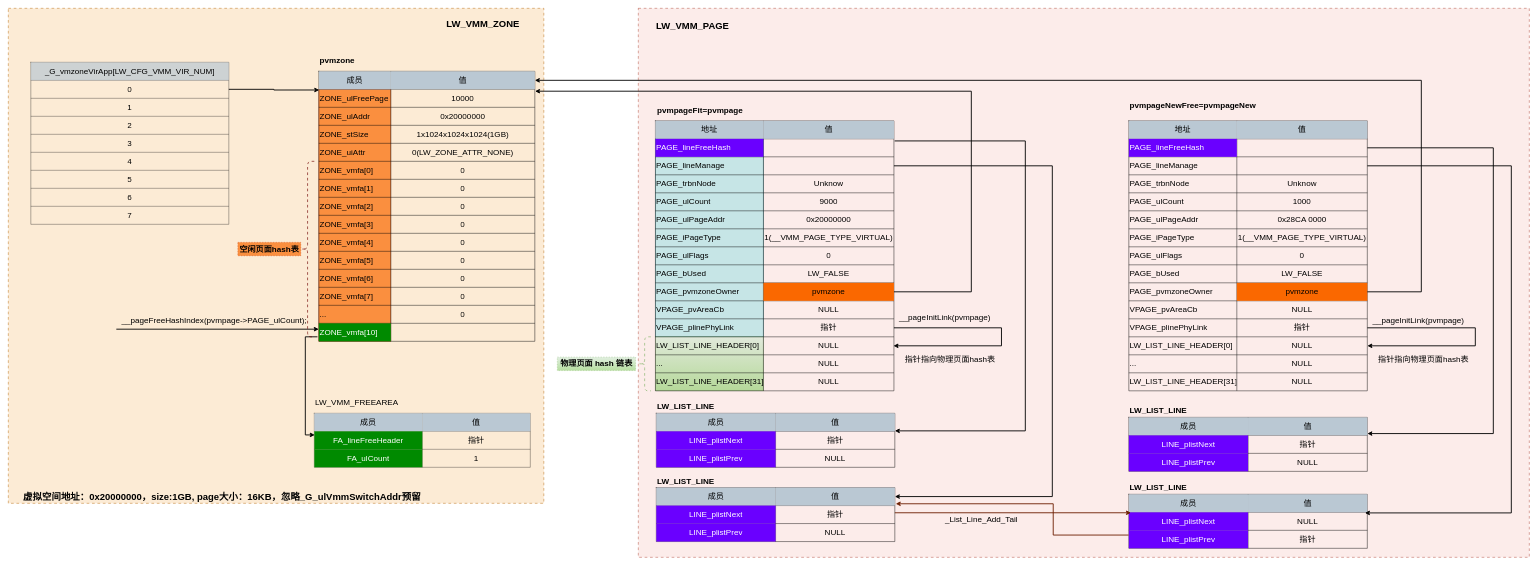
This is page "__pageStructSeparate" (24 of 24) of draw/mips中断亲和度.drawio from peng-fan/drawio, a draw.io file, before an edit. Source tidied: cells renumbered, new cells numbered last; positions are measured from the earlier drawing's top-left corner, leaving out a move shared by most shapes. Both pictures are drawn from the tidied source at 45%, with x=0, y=0 at pixel (8, 8).
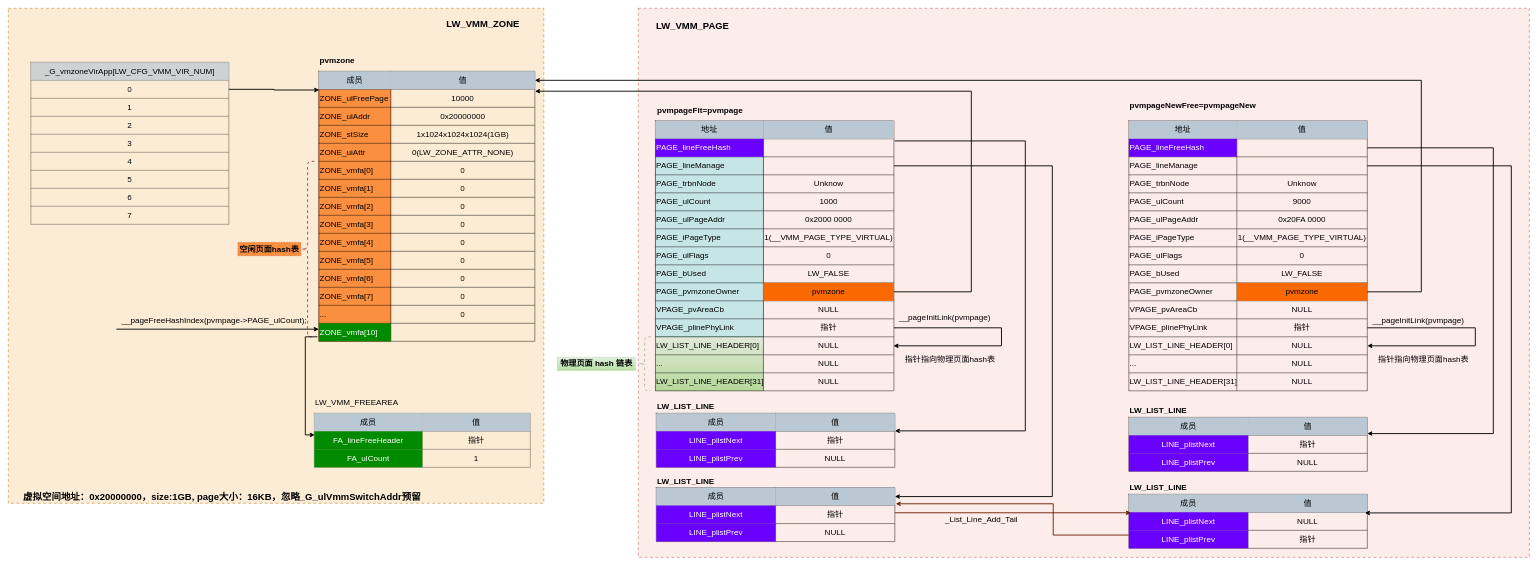
The same diagram, later.

The change refers to these unchanged cells:
```xml
<mxCell id="19" style="shape=partialRectangle;fillColor=none;top=0;left=0;bottom=0;right=0;fontSize=18;strokeColor=default;" parent="6" vertex="1">
  <mxGeometry y="160" width="530" height="40" as="geometry" />
</mxCell>
<mxCell id="22" style="shape=partialRectangle;fillColor=none;top=0;left=0;bottom=0;right=0;fontSize=18;strokeColor=default;" parent="6" vertex="1">
  <mxGeometry y="200" width="530" height="40" as="geometry" />
</mxCell>
<mxCell id="182" style="shape=partialRectangle;fillColor=none;top=0;left=0;bottom=0;right=0;fontSize=18;strokeColor=default;" parent="169" vertex="1">
  <mxGeometry y="160" width="530" height="40" as="geometry" />
</mxCell>
<mxCell id="185" style="shape=partialRectangle;fillColor=none;top=0;left=0;bottom=0;right=0;fontSize=18;strokeColor=default;" parent="169" vertex="1">
  <mxGeometry y="200" width="530" height="40" as="geometry" />
</mxCell>
```

What changed in the source:
```diff
@@
-    <mxCell id="21" value="9000" style="shape=partialRectangle;html=1;whiteSpace=wrap;overflow=hidden;fillColor=none;top=0;left=0;bottom=0;right=0;fontSize=18;strokeColor=default;align=center;" parent="19" vertex="1">
+    <mxCell id="21" value="1000" style="shape=partialRectangle;html=1;whiteSpace=wrap;overflow=hidden;fillColor=none;top=0;left=0;bottom=0;right=0;fontSize=18;strokeColor=default;align=center;" parent="19" vertex="1">
       <mxGeometry x="240" width="290" height="40" as="geometry" />
     </mxCell>
@@
-    <mxCell id="24" value="0x20000000" style="shape=partialRectangle;html=1;whiteSpace=wrap;overflow=hidden;fillColor=none;top=0;left=0;bottom=0;right=0;fontSize=18;strokeColor=default;align=center;" parent="22" vertex="1">
+    <mxCell id="24" value="0x2000 0000" style="shape=partialRectangle;html=1;whiteSpace=wrap;overflow=hidden;fillColor=none;top=0;left=0;bottom=0;right=0;fontSize=18;strokeColor=default;align=center;" parent="22" vertex="1">
       <mxGeometry x="240" width="290" height="40" as="geometry" />
     </mxCell>
@@
-    <mxCell id="184" value="1000" style="shape=partialRectangle;html=1;whiteSpace=wrap;overflow=hidden;fillColor=none;top=0;left=0;bottom=0;right=0;fontSize=18;strokeColor=default;align=center;" parent="182" vertex="1">
+    <mxCell id="184" value="9000" style="shape=partialRectangle;html=1;whiteSpace=wrap;overflow=hidden;fillColor=none;top=0;left=0;bottom=0;right=0;fontSize=18;strokeColor=default;align=center;" parent="182" vertex="1">
       <mxGeometry x="240" width="290" height="40" as="geometry" />
     </mxCell>
@@
-    <mxCell id="187" value="0x28CA 0000" style="shape=partialRectangle;html=1;whiteSpace=wrap;overflow=hidden;fillColor=none;top=0;left=0;bottom=0;right=0;fontSize=18;strokeColor=default;align=center;" parent="185" vertex="1">
+    <mxCell id="187" value="0x20FA 0000" style="shape=partialRectangle;html=1;whiteSpace=wrap;overflow=hidden;fillColor=none;top=0;left=0;bottom=0;right=0;fontSize=18;strokeColor=default;align=center;" parent="185" vertex="1">
       <mxGeometry x="240" width="290" height="40" as="geometry" />
     </mxCell>
```
